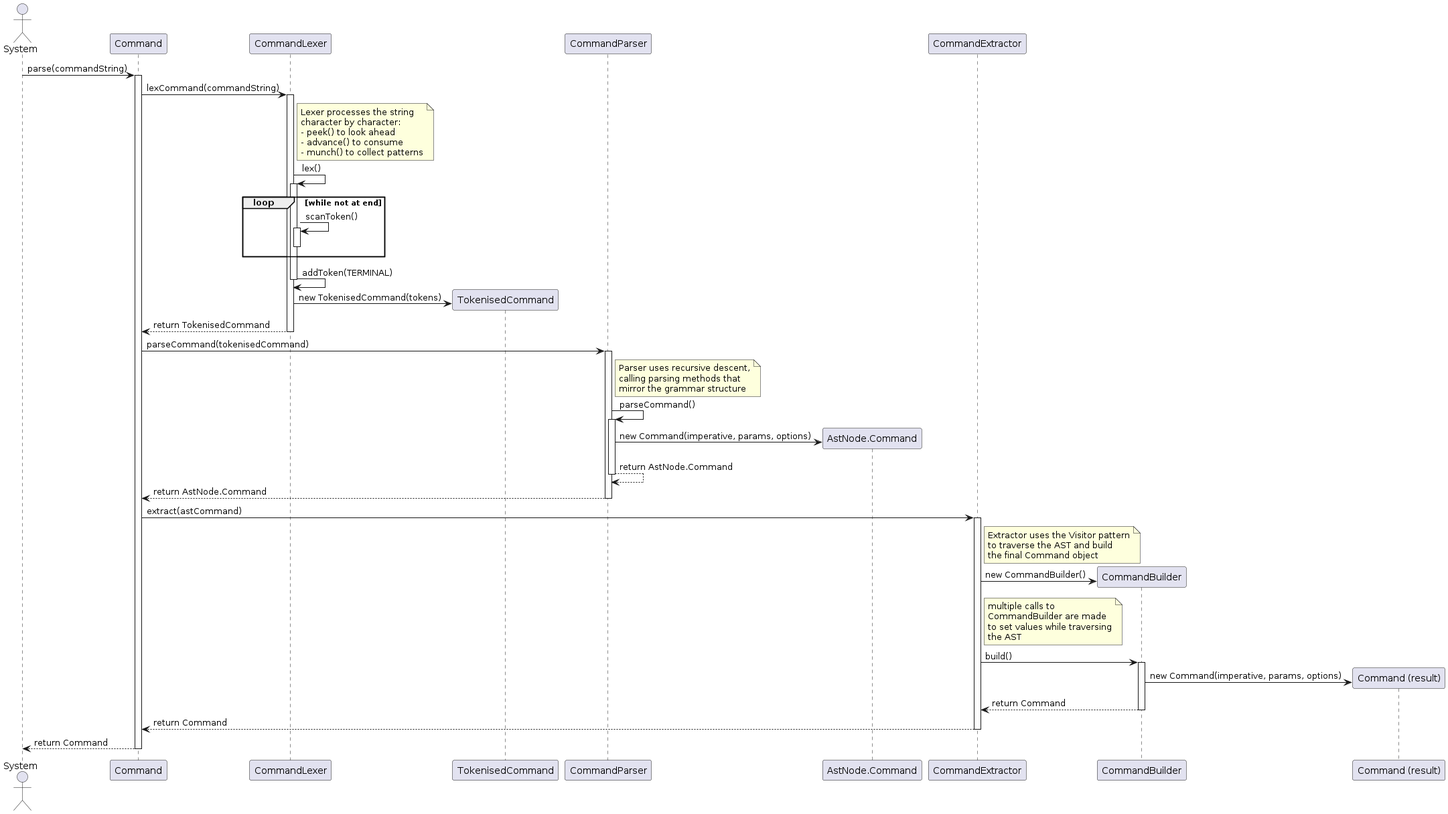
The PlantUML diagram diagrams/assembly/RecognitionSequence.png in AY2526S1-CS2103T-T13-2/tp, before a commit. Its source is kept beside it as diagrams/assembly/RecognitionSequence.puml.
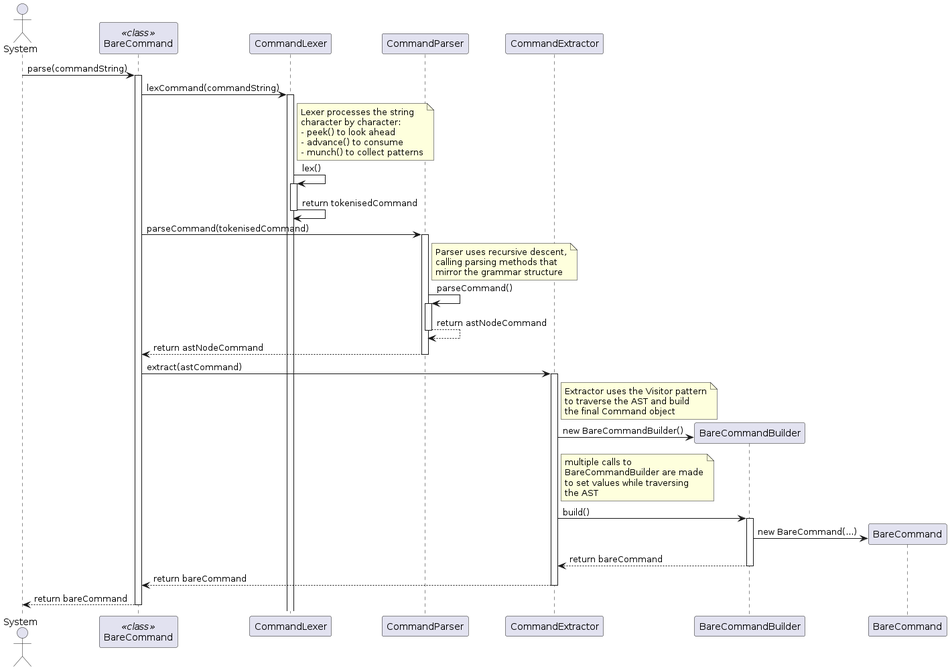
After the commit.

What changed in the source:
```diff
@@ -1,12 +1,10 @@
 @startuml
 actor System
-participant "Command" as Cmd
+participant "BareCommand" as Cmd <<class>>
 participant "CommandLexer" as Lexer
-participant "TokenisedCommand" as TokCmd
 participant "CommandParser" as Parser
-participant "AstNode.Command" as AST
 participant "CommandExtractor" as Extractor
-participant "CommandBuilder" as Builder
+participant "BareCommandBuilder" as Builder
 
 System -> Cmd: parse(commandString)
 activate Cmd
@@ -25,20 +23,7 @@
 Lexer -> Lexer: lex()
 activate Lexer
 
-loop while not at end
-    Lexer -> Lexer: scanToken()
-
-    activate Lexer
-
-    deactivate Lexer
-end
-
-Lexer -> Lexer: addToken(TERMINAL)
-deactivate Lexer
-
-create TokCmd
-Lexer -> TokCmd: new TokenisedCommand(tokens)
-Lexer --> Cmd: return TokenisedCommand
+Lexer -> Lexer: return tokenisedCommand
 deactivate Lexer
 
 Cmd -> Parser: parseCommand(tokenisedCommand)
@@ -53,13 +38,10 @@
 Parser -> Parser: parseCommand()
 activate Parser
 
-create AST
-Parser -> AST: new Command(imperative, params, options)
-
-Parser --> Parser: return AstNode.Command
+Parser --> Parser: return astNodeCommand
 deactivate Parser
 
-Parser --> Cmd: return AstNode.Command
+Parser --> Cmd: return astNodeCommand
 deactivate Parser
 
 Cmd -> Extractor: extract(astCommand)
@@ -72,28 +54,26 @@
 end note
 
 create Builder
-Extractor -> Builder: new CommandBuilder()
+Extractor -> Builder: new BareCommandBuilder()
 
 note right of Extractor
     multiple calls to
-    CommandBuilder are made
+    BareCommandBuilder are made
     to set values while traversing
     the AST
 end note
 
-deactivate AST
-
 Extractor -> Builder: build()
 activate Builder
-create "Command (result)" as Result
-Builder -> Result: new Command(imperative, params, options)
-Builder --> Extractor: return Command
+create "BareCommand" as Result
+Builder -> Result: new BareCommand(...)
+Builder --> Extractor: return bareCommand
 deactivate Builder
 
-Extractor --> Cmd: return Command
+Extractor --> Cmd: return bareCommand
 deactivate Extractor
 
-Cmd --> System: return Command
+Cmd --> System: return bareCommand
 deactivate Cmd
 
 @enduml
```
